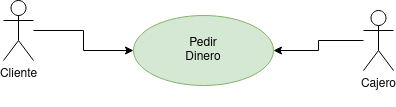
The draw.io diagram img/prueba.png in CGMarval/ets, before a commit. Source tidied: cells renumbered, new cells last; positions are measured from the earlier drawing's top-left corner, leaving out a move shared by most shapes. The source it was exported from:
```xml
<mxGraphModel>
  <root>
    <mxCell id="0" />
    <mxCell id="1" parent="0" />
    <mxCell id="2" style="edgeStyle=orthogonalEdgeStyle;rounded=0;jettySize=auto;html=1;" parent="1" edge="1" source="3" target="6">
      <mxGeometry relative="1" as="geometry" />
    </mxCell>
    <mxCell id="3" value="&lt;div&gt;Cliente&lt;/div&gt;" style="shape=umlActor;verticalLabelPosition=bottom;verticalAlign=top;html=1;outlineConnect=0;" parent="1" vertex="1">
      <mxGeometry width="30" height="60" as="geometry" />
    </mxCell>
    <mxCell id="4" style="edgeStyle=orthogonalEdgeStyle;rounded=0;jettySize=auto;html=1;entryX=1;entryY=0.5;entryDx=0;entryDy=0;" parent="1" edge="1" source="5" target="6">
      <mxGeometry relative="1" as="geometry" />
    </mxCell>
    <mxCell id="5" value="&lt;div&gt;Cajero&lt;/div&gt;&lt;div&gt;&lt;br&gt;&lt;/div&gt;" style="shape=umlActor;verticalLabelPosition=bottom;verticalAlign=top;html=1;outlineConnect=0;" parent="1" vertex="1">
      <mxGeometry x="360" y="10" width="30" height="60" as="geometry" />
    </mxCell>
    <mxCell id="6" value="&lt;div&gt;Pedir&lt;/div&gt;&lt;div&gt;Dinero&lt;/div&gt;" style="ellipse;whiteSpace=wrap;html=1;fillColor=#d5e8d4;strokeColor=#82b366;" parent="1" vertex="1">
      <mxGeometry x="130" y="15" width="140" height="70" as="geometry" />
    </mxCell>
  </root>
</mxGraphModel>
```
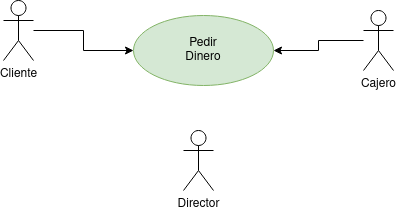
Later version of the same file.

Commit message:
Se actualiza la imagen con nuevo actor

The edit, as a diff of the source:
```diff
@@ -17,5 +17,8 @@
     <mxCell id="6" value="&lt;div&gt;Pedir&lt;/div&gt;&lt;div&gt;Dinero&lt;/div&gt;" style="ellipse;whiteSpace=wrap;html=1;fillColor=#d5e8d4;strokeColor=#82b366;" parent="1" vertex="1">
       <mxGeometry x="130" y="15" width="140" height="70" as="geometry" />
     </mxCell>
+    <mxCell id="7" value="&lt;div&gt;Director&lt;/div&gt;" style="shape=umlActor;verticalLabelPosition=bottom;verticalAlign=top;html=1;" parent="1" vertex="1">
+      <mxGeometry x="180" y="130" width="30" height="60" as="geometry" />
+    </mxCell>
   </root>
 </mxGraphModel>
```
